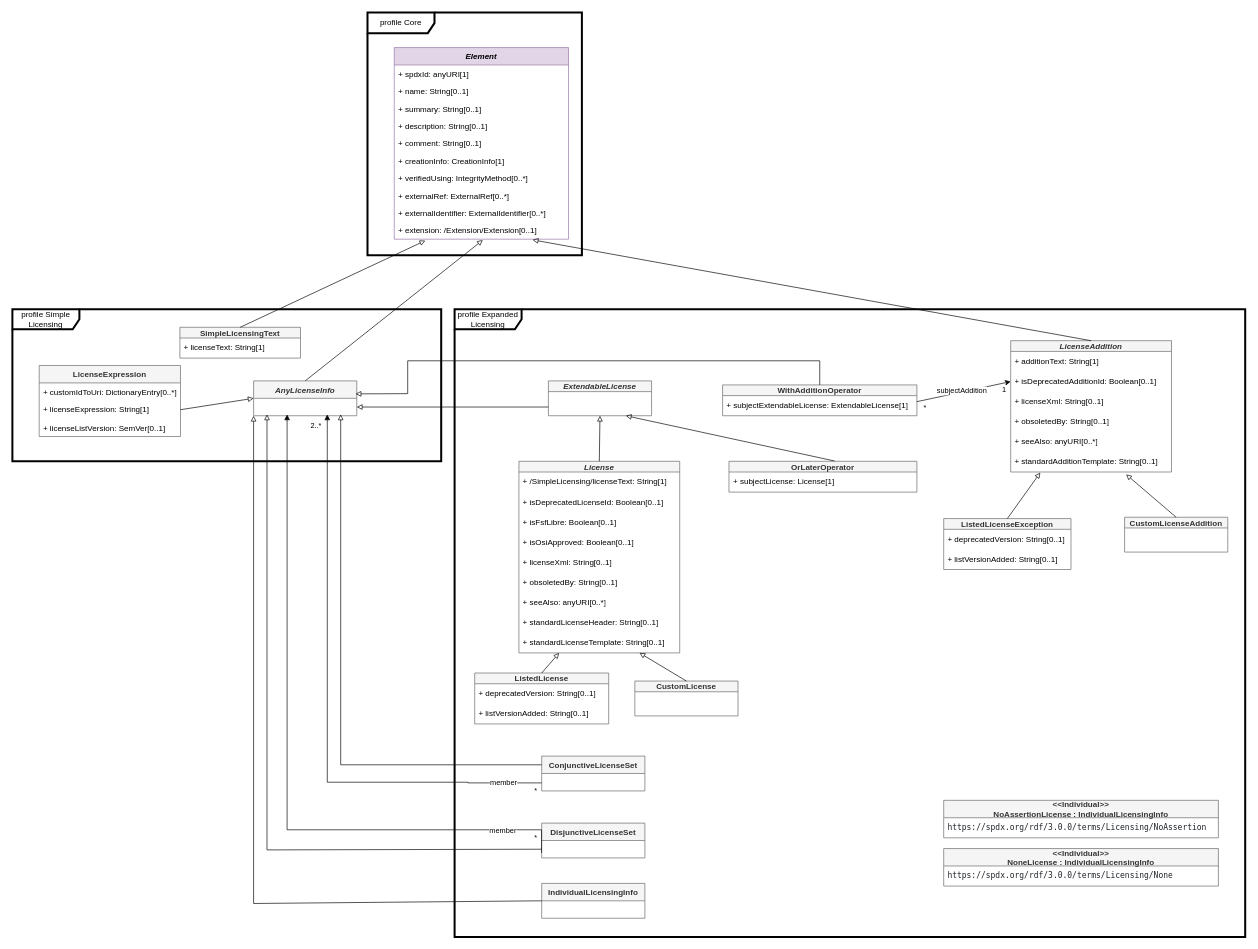
spdx/spdx-3-model keeps this draw.io diagram as page "Licensing" (5 of 11) of model.drawio. Above is the earlier version. Source tidied: cells renumbered, new cells numbered last; positions are measured from the earlier drawing's top-left corner, leaving out a move shared by most shapes. Both pictures are drawn from the tidied source at 67%, with x=0, y=0 at pixel (12, 12).
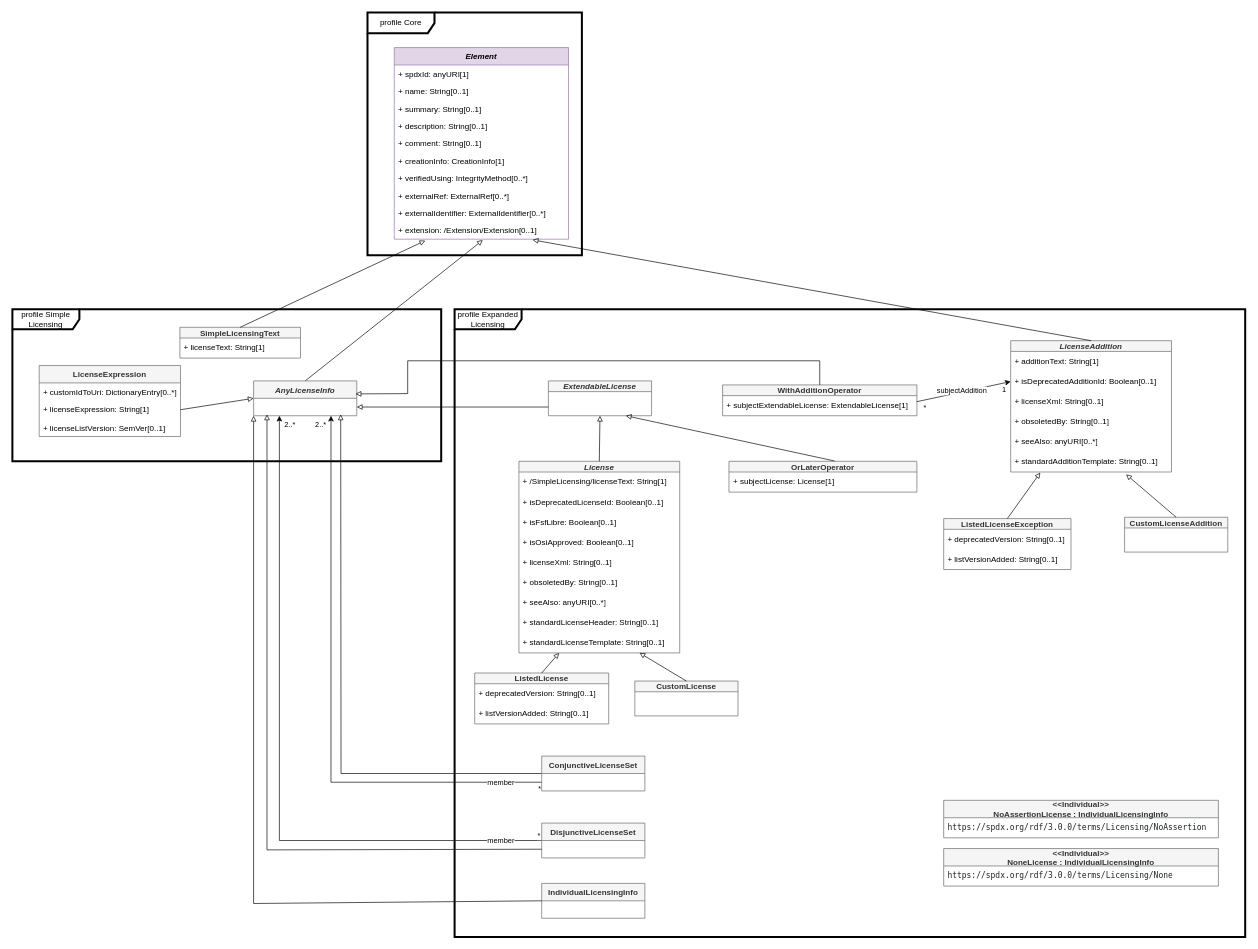
Above is the later version.

Commit message:
model.drawio: Fix arrow labels in Licensing

The change refers to these unchanged cells:
```xml
<mxCell id="2" value="profile Expanded Licensing" style="shape=umlFrame;whiteSpace=wrap;html=1;width=100;height=30;strokeWidth=3;" parent="1" vertex="1">
  <mxGeometry x="660" y="443" width="1180" height="937" as="geometry" />
</mxCell>
<mxCell id="3" value="DisjunctiveLicenseSet" style="swimlane;fontStyle=1;horizontal=1;startSize=26;fillColor=#f5f5f5;strokeColor=#666666;fontColor=#333333;" parent="1" vertex="1">
  <mxGeometry x="790" y="1210" width="154" height="52" as="geometry" />
</mxCell>
<mxCell id="18" value="AnyLicenseInfo" style="swimlane;fontStyle=3;horizontal=1;startSize=26;fillColor=#f5f5f5;strokeColor=#666666;fontColor=#333333;" parent="1" vertex="1">
  <mxGeometry x="360" y="550" width="154" height="52" as="geometry" />
</mxCell>
<mxCell id="24" value="ConjunctiveLicenseSet" style="swimlane;fontStyle=1;horizontal=1;startSize=26;fillColor=#f5f5f5;strokeColor=#666666;fontColor=#333333;" parent="1" vertex="1">
  <mxGeometry x="790" y="1110" width="154" height="52" as="geometry" />
</mxCell>
```

What changed in the source:
```diff
@@
+    <mxCell id="86" style="edgeStyle=orthogonalEdgeStyle;rounded=0;jettySize=auto;html=1;exitX=0;exitY=0.5;exitDx=0;exitDy=0;entryX=0.25;entryY=1;entryDx=0;entryDy=0;" parent="1" edge="1" source="3" target="18">
+      <mxGeometry relative="1" as="geometry" />
+    </mxCell>
+    <mxCell id="87" value="member" style="edgeLabel;html=1;align=center;verticalAlign=middle;" parent="86" vertex="1">
+      <mxGeometry x="-0.57" y="1" relative="1" as="geometry">
+        <mxPoint x="158" y="-2" as="offset" />
+      </mxGeometry>
+    </mxCell>
+    <mxCell id="88" value="*" style="edgeLabel;html=1;align=center;verticalAlign=middle;" parent="86" vertex="1">
+      <mxGeometry x="-0.99" y="-1" relative="1" as="geometry">
+        <mxPoint y="-7" as="offset" />
+      </mxGeometry>
+    </mxCell>
+    <mxCell id="89" value="2..*" style="edgeLabel;html=1;align=center;verticalAlign=middle;" parent="86" vertex="1">
+      <mxGeometry x="0.78" y="-1" relative="1" as="geometry">
+        <mxPoint x="14" y="-100" as="offset" />
+      </mxGeometry>
+    </mxCell>
@@
+    <mxCell id="90" style="edgeStyle=orthogonalEdgeStyle;rounded=0;jettySize=auto;html=1;exitX=0;exitY=0.75;exitDx=0;exitDy=0;entryX=0.75;entryY=1;entryDx=0;entryDy=0;" parent="1" edge="1" source="24" target="18">
+      <mxGeometry relative="1" as="geometry" />
+    </mxCell>
+    <mxCell id="91" value="member" style="edgeLabel;html=1;align=center;verticalAlign=middle;" parent="90" vertex="1">
+      <mxGeometry x="-0.81" relative="1" as="geometry">
+        <mxPoint x="20" as="offset" />
+      </mxGeometry>
+    </mxCell>
+    <mxCell id="92" value="*" style="edgeLabel;html=1;align=center;verticalAlign=middle;" parent="90" vertex="1">
+      <mxGeometry x="-0.99" y="1" relative="1" as="geometry">
+        <mxPoint y="8" as="offset" />
+      </mxGeometry>
+    </mxCell>
+    <mxCell id="93" value="2..*" style="edgeLabel;html=1;align=center;verticalAlign=middle;" parent="90" vertex="1">
+      <mxGeometry x="0.78" y="-1" relative="1" as="geometry">
+        <mxPoint x="-17" y="-81" as="offset" />
+      </mxGeometry>
+    </mxCell>
+    <mxCell id="94" style="edgeStyle=orthogonalEdgeStyle;rounded=0;jettySize=auto;html=1;exitX=0;exitY=0.5;exitDx=0;exitDy=0;strokeColor=default;endArrow=block;endFill=0;" parent="1" edge="1" source="24">
+      <mxGeometry relative="1" as="geometry">
+        <mxPoint x="490" y="600" as="targetPoint" />
+      </mxGeometry>
+    </mxCell>
@@
-    <mxCell id="25" style="edgeStyle=orthogonalEdgeStyle;rounded=0;orthogonalLoop=1;jettySize=auto;html=1;endArrow=block;endFill=1;" parent="1" edge="1">
-      <mxGeometry relative="1" as="geometry">
-        <mxPoint x="790" y="1150" as="sourcePoint" />
-        <mxPoint x="470" y="600" as="targetPoint" />
-        <Array as="points">
-          <mxPoint x="680" y="1149" />
-          <mxPoint x="470" y="1150" />
-        </Array>
-      </mxGeometry>
-    </mxCell>
-    <mxCell id="26" value="*" style="edgeLabel;html=1;align=center;verticalAlign=middle;" parent="25" vertex="1">
-      <mxGeometry x="0.89" y="-1" relative="1" as="geometry">
-        <mxPoint x="309" y="513" as="offset" />
-      </mxGeometry>
-    </mxCell>
-    <mxCell id="27" value="member" style="edgeLabel;html=1;align=center;verticalAlign=middle;" parent="25" vertex="1">
-      <mxGeometry x="-0.35" y="1" relative="1" as="geometry">
-        <mxPoint x="224" y="-1" as="offset" />
-      </mxGeometry>
-    </mxCell>
@@
-    <mxCell id="50" style="endArrow=block;html=1;rounded=0;exitX=0;exitY=0.25;exitDx=0;exitDy=0;endFill=0;" parent="1" edge="1" source="24">
-      <mxGeometry relative="1" as="geometry">
-        <mxPoint x="490" y="600" as="targetPoint" />
-        <Array as="points">
-          <mxPoint x="490" y="1123" />
-        </Array>
-      </mxGeometry>
-    </mxCell>
-    <mxCell id="51" style="edgeStyle=orthogonalEdgeStyle;rounded=0;jettySize=auto;html=1;endArrow=block;endFill=1;exitX=0.11;exitY=0.866;exitDx=0;exitDy=0;exitPerimeter=0;" parent="1" edge="1" source="2">
-      <mxGeometry relative="1" as="geometry">
-        <mxPoint x="410" y="600" as="targetPoint" />
-        <Array as="points">
-          <mxPoint x="410" y="1220" />
-        </Array>
-      </mxGeometry>
-    </mxCell>
-    <mxCell id="52" value="member" style="edgeLabel;html=1;align=center;verticalAlign=middle;" parent="51" vertex="1">
-      <mxGeometry x="-0.35" y="1" relative="1" as="geometry">
-        <mxPoint x="243" y="-1" as="offset" />
-      </mxGeometry>
-    </mxCell>
-    <mxCell id="53" value="*" style="edgeLabel;html=1;align=center;verticalAlign=middle;" parent="51" vertex="1">
-      <mxGeometry x="-0.85" relative="1" as="geometry">
-        <mxPoint x="34" y="11" as="offset" />
-      </mxGeometry>
-    </mxCell>
-    <mxCell id="54" value="2..*" style="edgeLabel;html=1;align=center;verticalAlign=middle;" parent="51" vertex="1">
-      <mxGeometry x="-0.94" y="-3" relative="1" as="geometry">
-        <mxPoint x="-340" y="-607" as="offset" />
-      </mxGeometry>
-    </mxCell>
```
